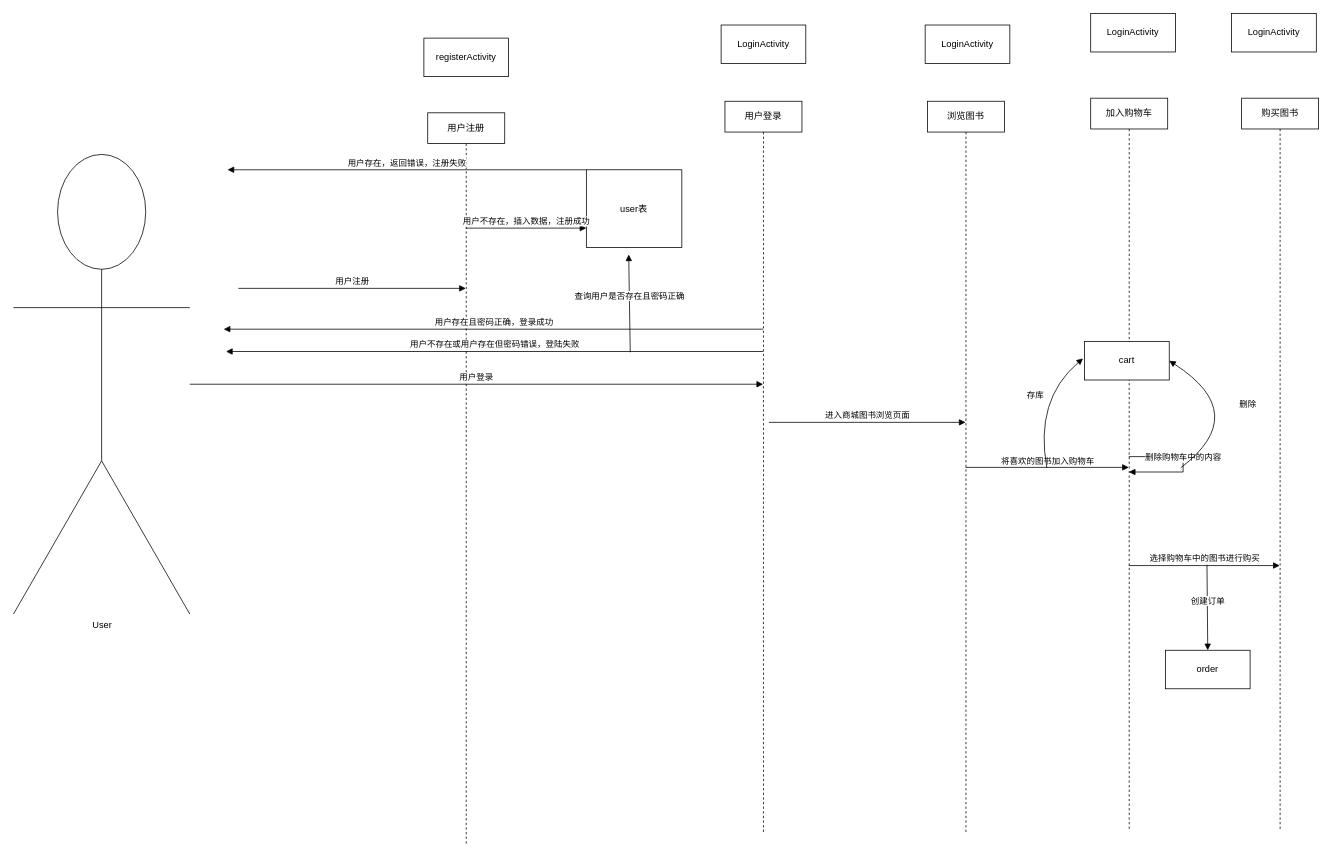
Forrest-Tao/draw.io keeps this draw.io diagram as 未命名绘图.drawio. Above is the earlier version. Source tidied: cells renumbered, new cells numbered last; positions are measured from the earlier drawing's top-left corner, leaving out a move shared by most shapes. Both pictures are drawn from the tidied source at 77%, with x=0, y=0 at pixel (13, 13).
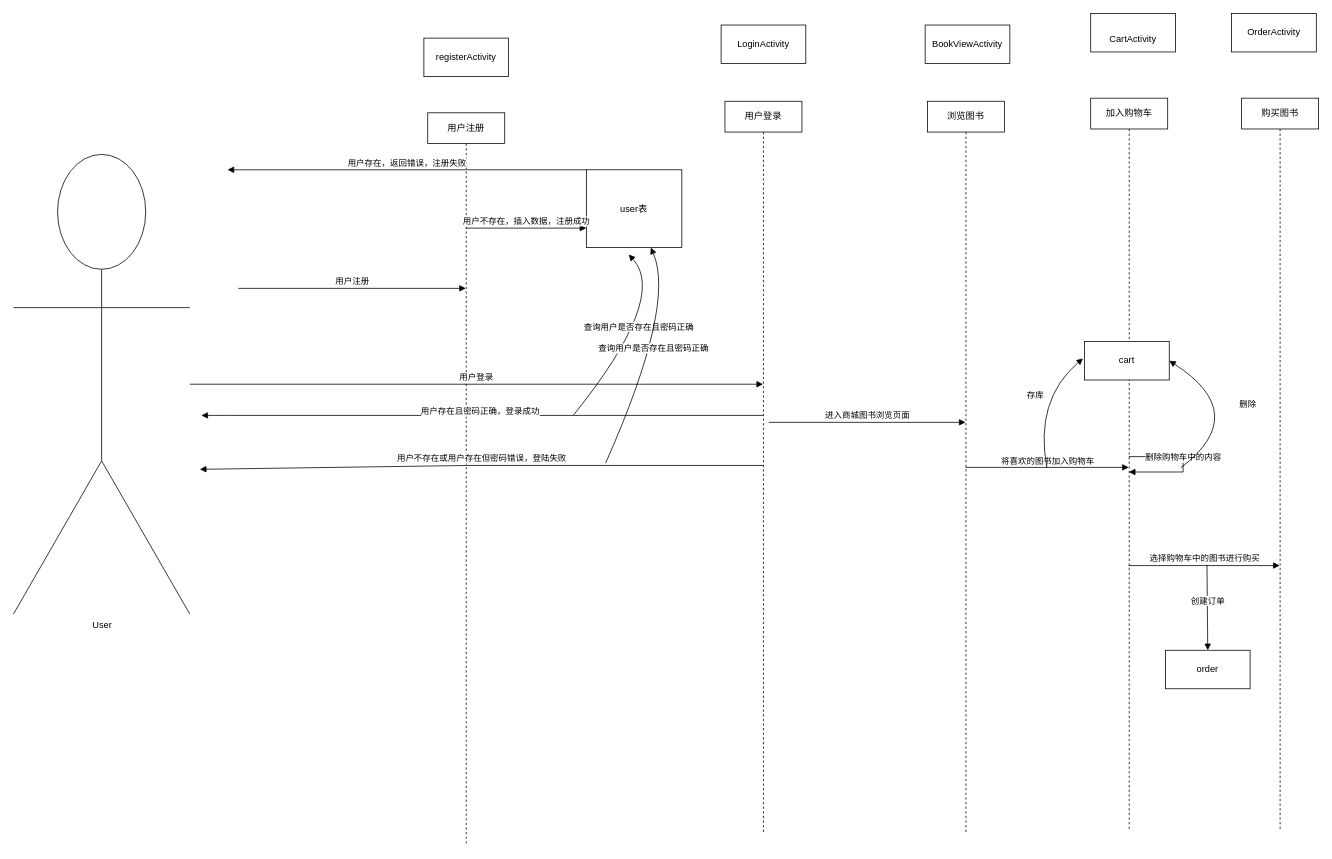
The same diagram, later.

Commit message (it also covers changes not shown here):
更新未命名绘图.drawio

Unchanged cells that the change refers to:
```xml
<mxCell id="4" value="user表" style="html=1;whiteSpace=wrap;fontColor=default;" parent="1" vertex="1">
  <mxGeometry x="744" y="203" width="124" height="101" as="geometry" />
</mxCell>
<mxCell id="6" value="用户登录" style="shape=umlLifeline;perimeter=lifelinePerimeter;whiteSpace=wrap;html=1;outlineConnect=0;portConstraint=eastwest;newEdgeStyle={&quot;curved&quot;:0,&quot;rounded&quot;:0};fontColor=default;" parent="1" vertex="1">
  <mxGeometry x="924" y="114" width="100" height="951" as="geometry" />
</mxCell>
```

The edit, as a diff of the source:
```diff
@@
-    <mxCell id="12" value="查询用户是否存在且密码正确" style="html=1;verticalAlign=bottom;endArrow=block;curved=0;rounded=0;fontColor=default;" parent="1" edge="1">
+    <mxCell id="12" value="查询用户是否存在且密码正确" style="html=1;verticalAlign=bottom;endArrow=block;curved=1;rounded=0;fontColor=default;" parent="1" edge="1">
       <mxGeometry relative="1" as="geometry">
-        <mxPoint x="801" y="440" as="sourcePoint" />
+        <mxPoint x="727" y="522" as="sourcePoint" />
         <mxPoint x="799" y="313" as="targetPoint" />
+        <Array as="points">
+          <mxPoint x="850" y="369" />
+        </Array>
       </mxGeometry>
     </mxCell>
     <mxCell id="13" value="用户存在且密码正确，登录成功" style="html=1;verticalAlign=bottom;endArrow=block;curved=0;rounded=0;" parent="1" edge="1" source="6">
-      <mxGeometry relative="1" as="geometry">
-        <mxPoint x="273" y="410" as="targetPoint" />
+      <mxGeometry x="0.01" y="4" relative="1" as="geometry">
+        <mxPoint x="244" y="522" as="targetPoint" />
+        <Array as="points">
+          <mxPoint x="279" y="522" />
+        </Array>
       </mxGeometry>
     </mxCell>
     <mxCell id="14" value="用户不存在或用户存在但密码错误，登陆失败" style="html=1;verticalAlign=bottom;endArrow=block;curved=0;rounded=0;" parent="1" edge="1" source="6">
       <mxGeometry relative="1" as="geometry">
-        <mxPoint x="276" y="439" as="targetPoint" />
+        <mxPoint x="242" y="592" as="targetPoint" />
+        <Array as="points">
+          <mxPoint x="591" y="587" />
+        </Array>
       </mxGeometry>
     </mxCell>
@@
-    <mxCell id="18" value="LoginActivity" style="html=1;whiteSpace=wrap;fontColor=default;" parent="1" vertex="1">
+    <mxCell id="18" value="BookViewActivity" style="html=1;whiteSpace=wrap;fontColor=default;" parent="1" vertex="1">
       <mxGeometry x="1184" y="15" width="110" height="50" as="geometry" />
     </mxCell>
-    <mxCell id="19" value="LoginActivity" style="html=1;whiteSpace=wrap;fontColor=default;" parent="1" vertex="1">
+    <mxCell id="19" value="&lt;div&gt;&lt;br&gt;&lt;/div&gt;&lt;div&gt;CartActivity&lt;/div&gt;" style="html=1;whiteSpace=wrap;fontColor=default;" parent="1" vertex="1">
       <mxGeometry x="1399" width="110" height="50" as="geometry" />
     </mxCell>
-    <mxCell id="20" value="LoginActivity" style="html=1;whiteSpace=wrap;fontColor=default;" parent="1" vertex="1">
+    <mxCell id="20" value="OrderActivity" style="html=1;whiteSpace=wrap;fontColor=default;" parent="1" vertex="1">
       <mxGeometry x="1582" width="110" height="50" as="geometry" />
     </mxCell>
@@
+    <mxCell id="30" value="查询用户是否存在且密码正确" style="html=1;verticalAlign=bottom;endArrow=block;curved=1;rounded=0;fontColor=default;" parent="1" edge="1" target="4">
+      <mxGeometry relative="1" as="geometry">
+        <mxPoint x="769" y="584" as="sourcePoint" />
+        <Array as="points">
+          <mxPoint x="860" y="379" />
+        </Array>
+      </mxGeometry>
+    </mxCell>
```
